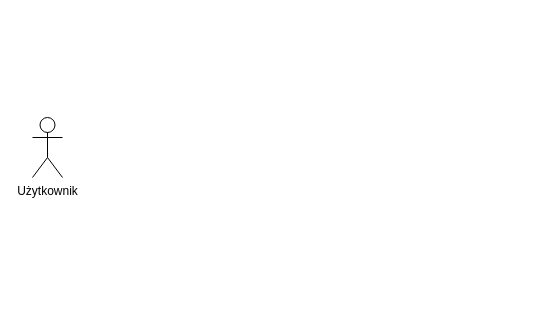
Earlier version of the draw.io diagram koncowy_przypadek użycia.drawio (JuliaZofiaCodes/ASI). Source tidied: cells renumbered, new cells numbered last; positions are measured from the earlier drawing's top-left corner, leaving out a move shared by most shapes. Both pictures are drawn from the tidied source at 100%, with x=0, y=0 at pixel (32, 117).
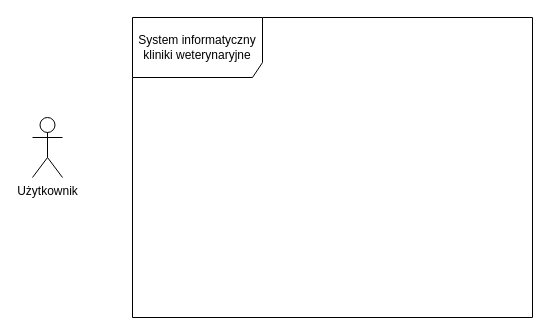
The same page after the edit.

Change to the diagram source:
```diff
@@
 <mxGraphModel>
   <root>
     <mxCell id="0" />
     <mxCell id="1" parent="0" />
     <mxCell id="2" value="Użytkownik" style="shape=umlActor;verticalLabelPosition=bottom;verticalAlign=top;html=1;" parent="1" vertex="1">
       <mxGeometry width="30" height="60" as="geometry" />
     </mxCell>
+    <mxCell id="3" value="System informatyczny kliniki weterynaryjne" style="shape=umlFrame;whiteSpace=wrap;html=1;width=130;height=60;" parent="1" vertex="1">
+      <mxGeometry x="100" y="-100" width="400" height="300" as="geometry" />
+    </mxCell>
   </root>
 </mxGraphModel>
```
